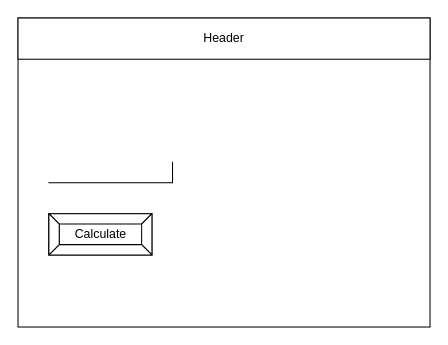
Before: design/story-board.drawio in sam-corbett/ICS2O-Unit5-08-JS, a draw.io diagram. Source tidied: cells renumbered, new cells numbered last; positions are measured from the earlier drawing's top-left corner, leaving out a move shared by most shapes. Both pictures are drawn from the tidied source at 103%, with x=0, y=0 at pixel (18, 18).
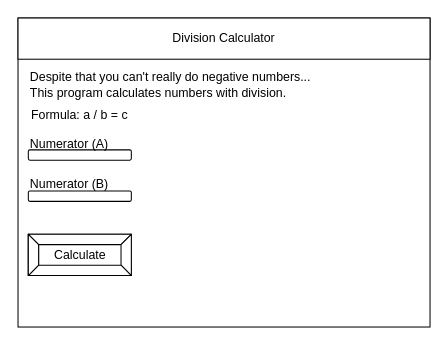
After the change.

Commit message (it also covers changes not shown here):
flowchart and storyboard added

Change to the diagram source:
```diff
@@
 <mxGraphModel>
   <root>
     <mxCell id="0" />
     <mxCell id="1" parent="0" />
     <mxCell id="2" style="rounded=0;whiteSpace=wrap;html=1;" parent="1" vertex="1">
       <mxGeometry width="400" height="300" as="geometry" />
     </mxCell>
-    <mxCell id="3" value="Header" style="rounded=0;whiteSpace=wrap;html=1;" parent="1" vertex="1">
+    <mxCell id="3" value="Division Calculator" style="rounded=0;whiteSpace=wrap;html=1;" parent="1" vertex="1">
       <mxGeometry width="400" height="40" as="geometry" />
     </mxCell>
-    <mxCell id="4" style="shape=partialRectangle;whiteSpace=wrap;html=1;top=0;left=0;fillColor=none;" parent="1" vertex="1">
-      <mxGeometry x="30" y="140" width="120" height="20" as="geometry" />
-    </mxCell>
     <mxCell id="5" value="Calculate" style="labelPosition=center;verticalLabelPosition=middle;align=center;html=1;shape=mxgraph.basic.button;dx=10;" parent="1" vertex="1">
-      <mxGeometry x="30" y="190" width="100" height="40" as="geometry" />
+      <mxGeometry x="10" y="210" width="100" height="40" as="geometry" />
     </mxCell>
+    <mxCell id="6" value="&lt;div&gt;Despite that you can't really do negative numbers...&lt;/div&gt;&lt;div&gt;This program calculates numbers with division.&lt;/div&gt;" style="text;html=1;strokeColor=none;fillColor=none;align=left;verticalAlign=middle;whiteSpace=wrap;rounded=0;" parent="1" vertex="1">
+      <mxGeometry x="10" y="50" width="330" height="30" as="geometry" />
+    </mxCell>
+    <mxCell id="7" style="rounded=1;whiteSpace=wrap;html=1;" parent="1" vertex="1">
+      <mxGeometry x="10" y="128" width="100" height="10" as="geometry" />
+    </mxCell>
+    <mxCell id="8" value="Numerator (A)" style="text;html=1;strokeColor=none;fillColor=none;align=left;verticalAlign=middle;whiteSpace=wrap;rounded=0;" parent="1" vertex="1">
+      <mxGeometry x="10" y="118" width="100" height="10" as="geometry" />
+    </mxCell>
+    <mxCell id="9" value="Numerator (B)" style="text;whiteSpace=wrap;html=1;" parent="1" vertex="1">
+      <mxGeometry x="10" y="148" width="100" height="30" as="geometry" />
+    </mxCell>
+    <mxCell id="10" style="rounded=1;whiteSpace=wrap;html=1;" parent="1" vertex="1">
+      <mxGeometry x="10" y="168" width="100" height="10" as="geometry" />
+    </mxCell>
+    <mxCell id="11" value="Formula: a / b = c" style="text;html=1;strokeColor=none;fillColor=none;align=center;verticalAlign=middle;whiteSpace=wrap;rounded=0;" parent="1" vertex="1">
+      <mxGeometry y="80" width="120" height="30" as="geometry" />
+    </mxCell>
   </root>
 </mxGraphModel>
```
